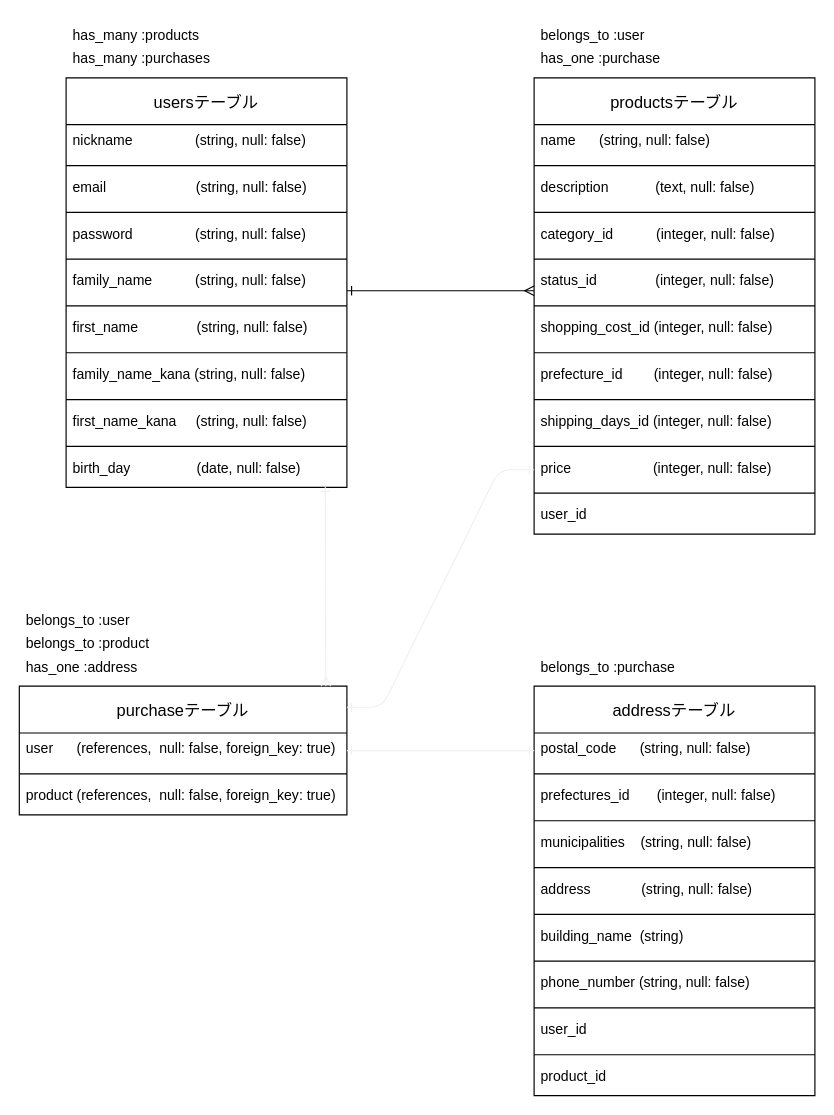
Above: ERD.dio in okurakota/furima-30558 (draw.io), before the change. Source tidied: cells renumbered, new cells numbered last; positions are measured from the earlier drawing's top-left corner, leaving out a move shared by most shapes. Both pictures are drawn from the tidied source at 117%, with x=0, y=0 at pixel (19, 19).
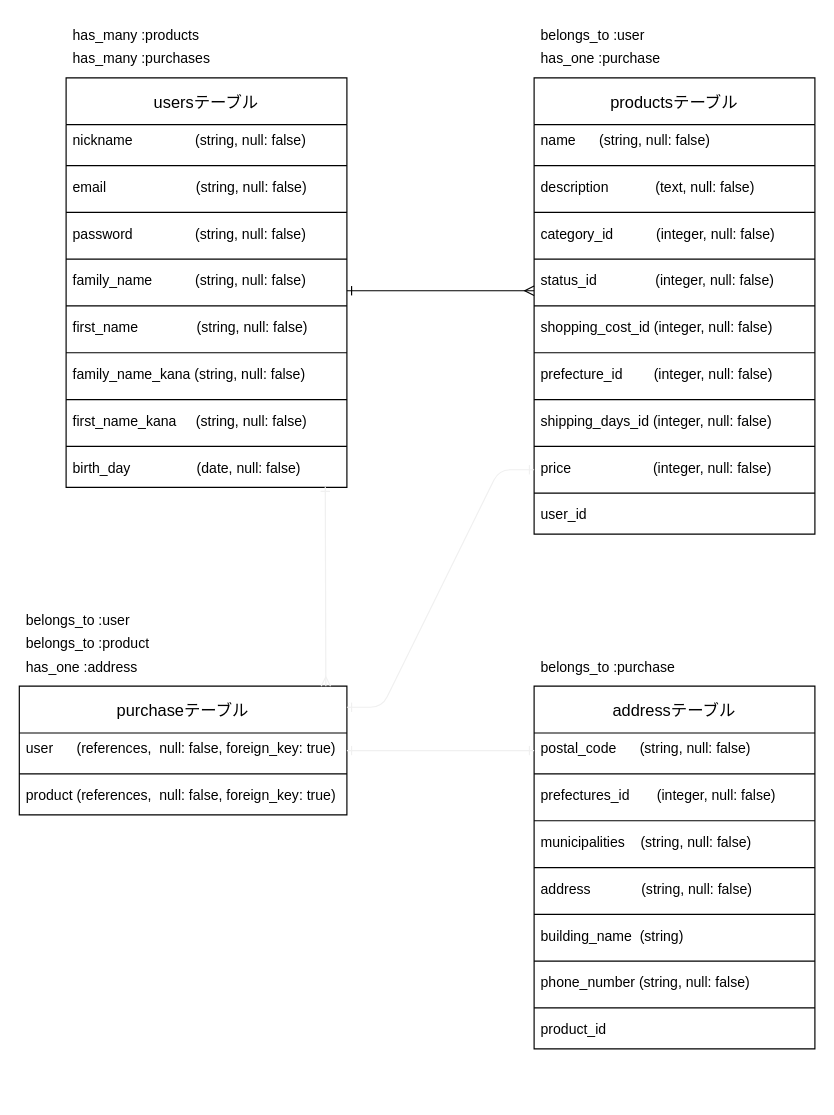
After the change.

Commit message (it also covers changes not shown here):
ユーザーとの外部キーを削除しました。

The edit, as a diff of the source:
```diff
@@
     <mxCell id="41" value="addressテーブル" style="swimlane;fontStyle=0;horizontal=1;startSize=40;align=center;fontSize=14;" parent="1" vertex="1">
-      <mxGeometry x="440" y="570" width="240" height="350" as="geometry" />
+      <mxGeometry x="440" y="570" width="240" height="310" as="geometry" />
     </mxCell>
@@
-    <mxCell id="53" style="line;strokeWidth=1;dashed=0;labelPosition=right;align=left;verticalAlign=middle;spacingTop=0;spacingLeft=6;" parent="41" vertex="1">
-      <mxGeometry y="270" width="240" height="10" as="geometry" />
-    </mxCell>
-    <mxCell id="54" value="user_id" style="text;strokeColor=none;fillColor=none;spacingLeft=4;spacingRight=4;overflow=hidden;fontSize=12;" parent="41" vertex="1">
-      <mxGeometry y="280" width="240" height="30" as="geometry" />
-    </mxCell>
     <mxCell id="55" style="line;strokeWidth=1;dashed=0;labelPosition=right;align=left;verticalAlign=middle;spacingTop=0;spacingLeft=6;" parent="41" vertex="1">
-      <mxGeometry y="310" width="240" height="10" as="geometry" />
+      <mxGeometry y="270" width="240" height="10" as="geometry" />
     </mxCell>
     <mxCell id="56" value="product_id" style="text;strokeColor=none;fillColor=none;spacingLeft=4;spacingRight=4;overflow=hidden;fontSize=12;" parent="41" vertex="1">
-      <mxGeometry y="320" width="240" height="30" as="geometry" />
+      <mxGeometry y="280" width="240" height="30" as="geometry" />
     </mxCell>
```
